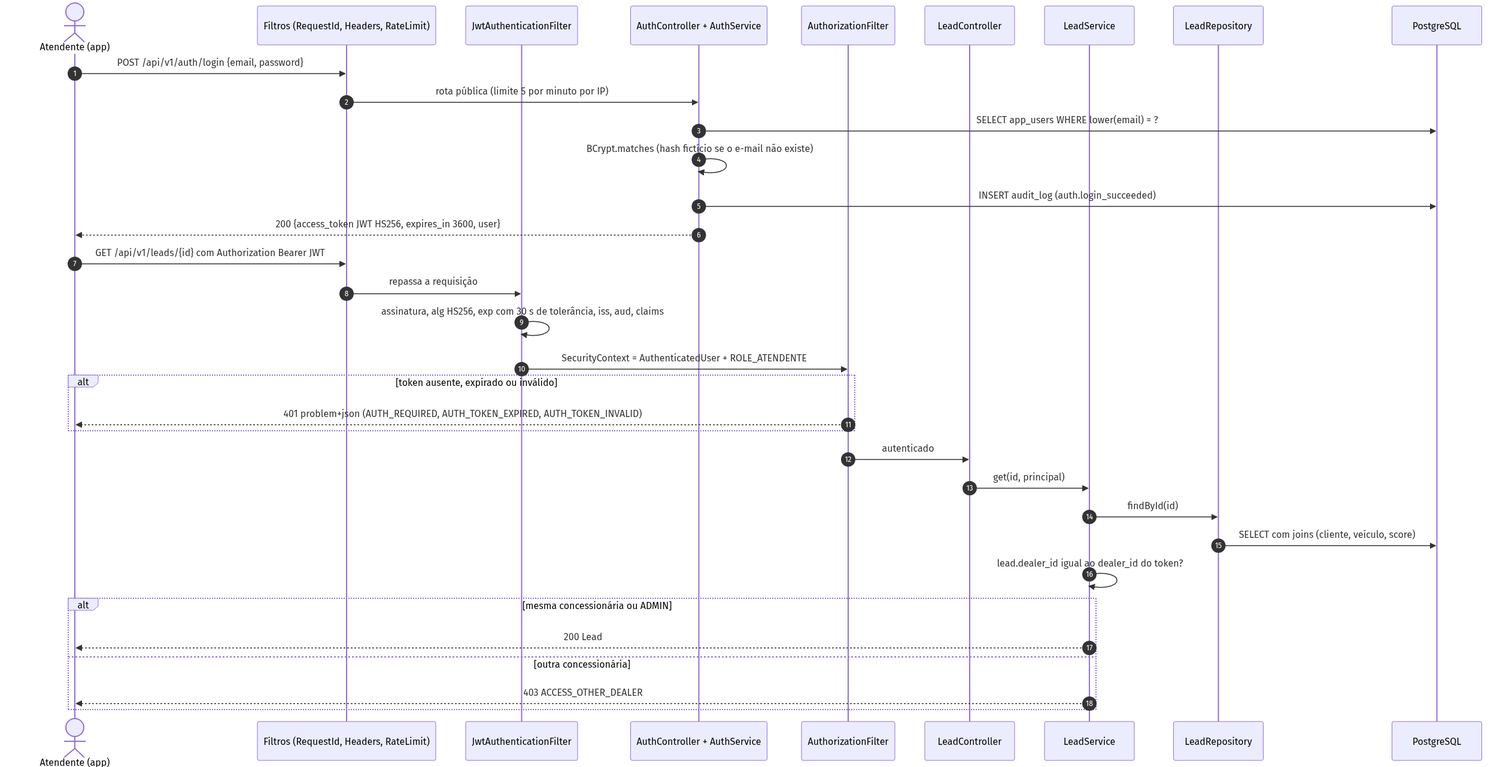
This is docs/img/03-fluxo-autenticacao.png from fwd-ford/forward-api-java, a Mermaid export, as it was before one commit. Its source is kept beside it as docs/diagrams/03-fluxo-autenticacao.mmd. The source it was exported from:
```mermaid
sequenceDiagram
  autonumber
  actor U as Atendente (app)
  participant F as Filtros (RequestId, Headers, RateLimit)
  participant J as JwtAuthenticationFilter
  participant AU as AuthController + AuthService
  participant Z as AuthorizationFilter
  participant C as LeadController
  participant S as LeadService
  participant R as LeadRepository
  participant DB as PostgreSQL

  U->>F: POST /api/v1/auth/login {email, password}
  F->>AU: rota pública (limite 5 por minuto por IP)
  AU->>DB: SELECT app_users WHERE lower(email) = ?
  AU->>AU: BCrypt.matches (hash fictício se o e-mail não existe)
  AU->>DB: INSERT audit_log (auth.login_succeeded)
  AU-->>U: 200 {access_token JWT HS256, expires_in 3600, user}

  U->>F: GET /api/v1/leads/{id} com Authorization Bearer JWT
  F->>J: repassa a requisição
  J->>J: assinatura, alg HS256, exp com 30 s de tolerância, iss, aud, claims
  J->>Z: SecurityContext = AuthenticatedUser + ROLE_ATENDENTE
  alt token ausente, expirado ou inválido
    Z-->>U: 401 problem+json (AUTH_REQUIRED, AUTH_TOKEN_EXPIRED, AUTH_TOKEN_INVALID)
  end
  Z->>C: autenticado
  C->>S: get(id, principal)
  S->>R: findById(id)
  R->>DB: SELECT com joins (cliente, veículo, score)
  S->>S: lead.dealer_id igual ao dealer_id do token?
  alt mesma concessionária ou ADMIN
    S-->>U: 200 Lead
  else outra concessionária
    S-->>U: 403 ACCESS_OTHER_DEALER
  end
```
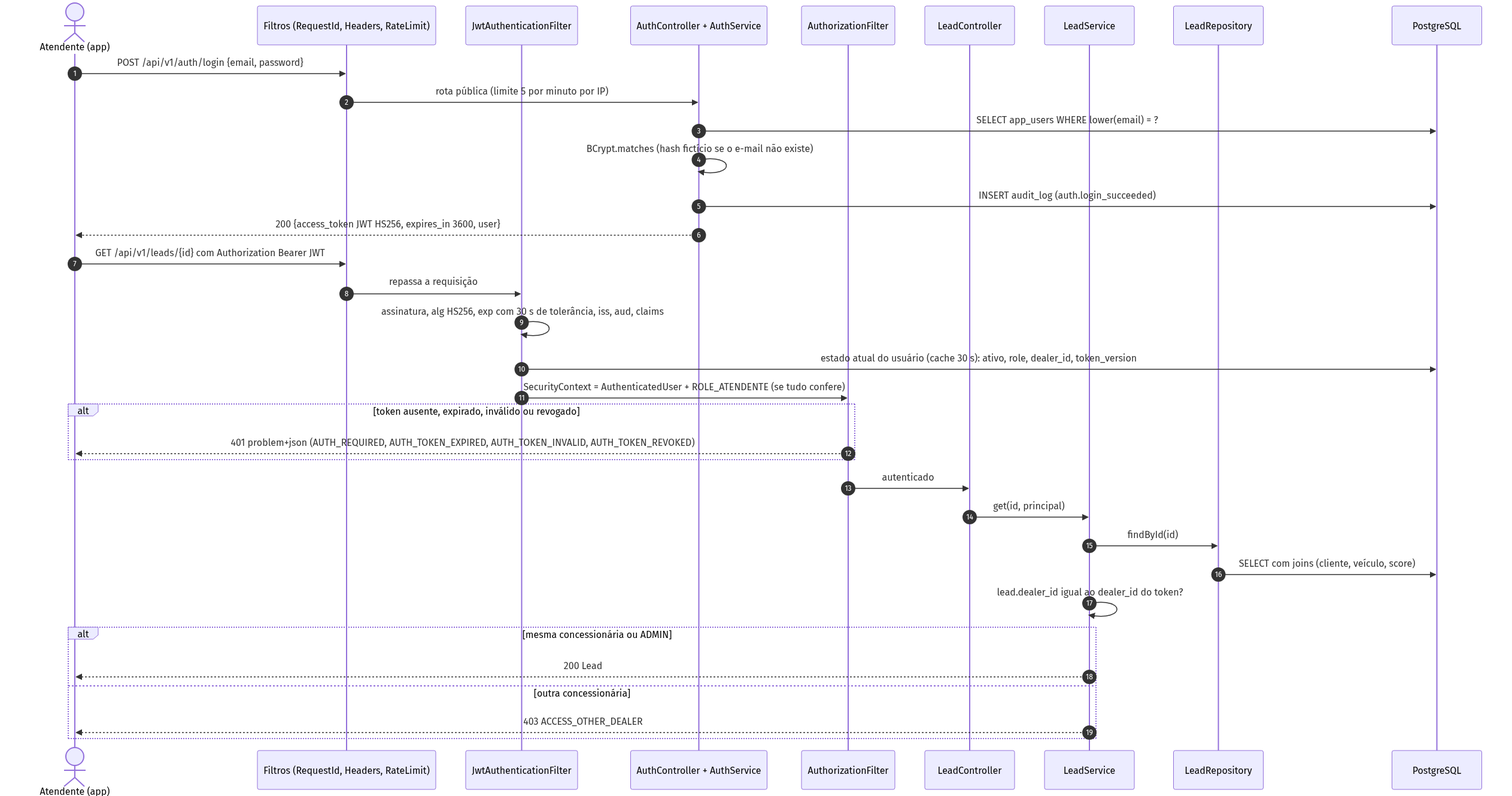
The same diagram one commit later.

Diff of the diagram source:
```diff
@@ -20,9 +20,10 @@
   U->>F: GET /api/v1/leads/{id} com Authorization Bearer JWT
   F->>J: repassa a requisição
   J->>J: assinatura, alg HS256, exp com 30 s de tolerância, iss, aud, claims
-  J->>Z: SecurityContext = AuthenticatedUser + ROLE_ATENDENTE
-  alt token ausente, expirado ou inválido
-    Z-->>U: 401 problem+json (AUTH_REQUIRED, AUTH_TOKEN_EXPIRED, AUTH_TOKEN_INVALID)
+  J->>DB: estado atual do usuário (cache 30 s): ativo, role, dealer_id, token_version
+  J->>Z: SecurityContext = AuthenticatedUser + ROLE_ATENDENTE (se tudo confere)
+  alt token ausente, expirado, inválido ou revogado
+    Z-->>U: 401 problem+json (AUTH_REQUIRED, AUTH_TOKEN_EXPIRED, AUTH_TOKEN_INVALID, AUTH_TOKEN_REVOKED)
   end
   Z->>C: autenticado
   C->>S: get(id, principal)
```
